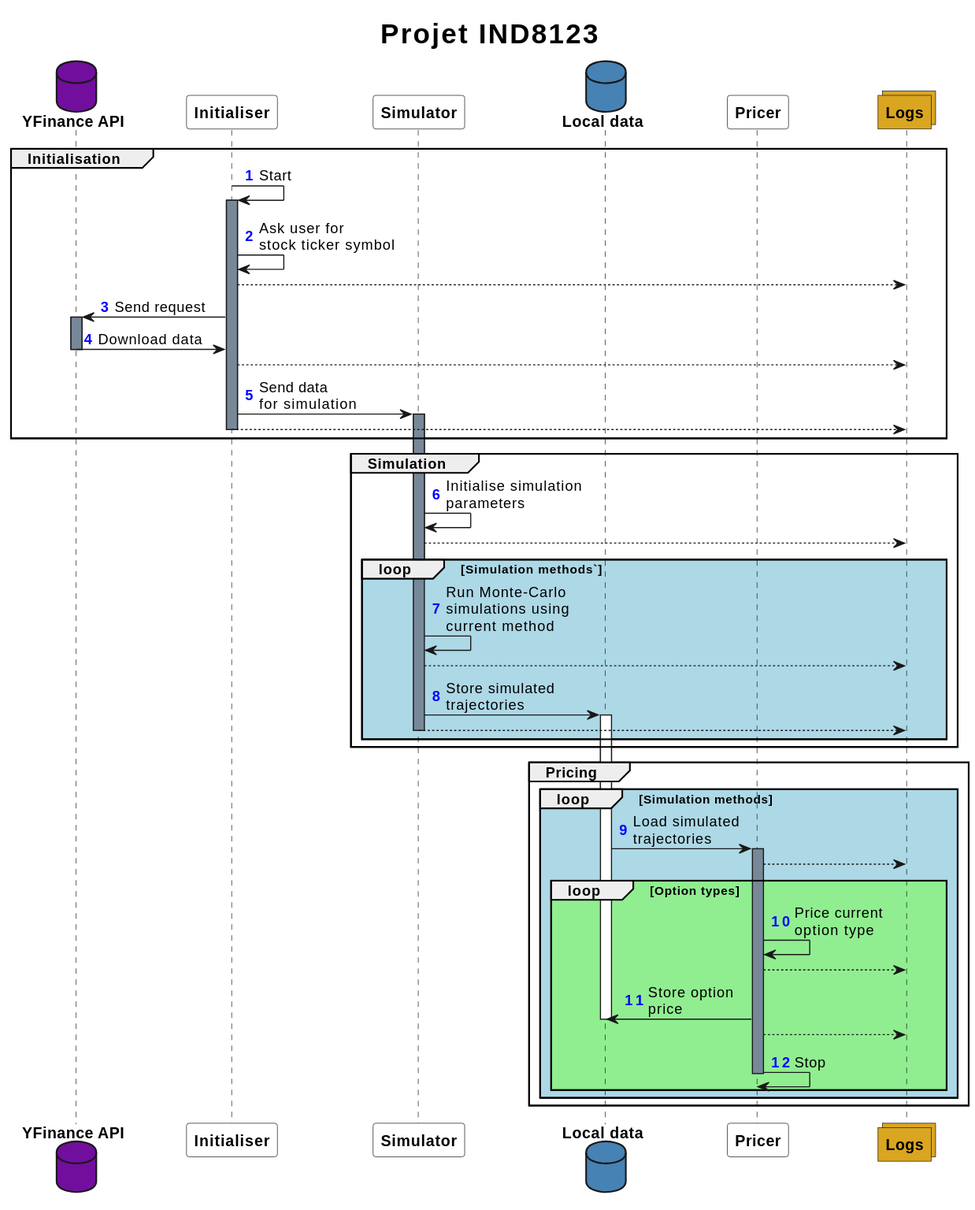
This is docs/sequence.svg from romainmrad/Exotic_options_pricing, a PlantUML export, as it was before one commit.
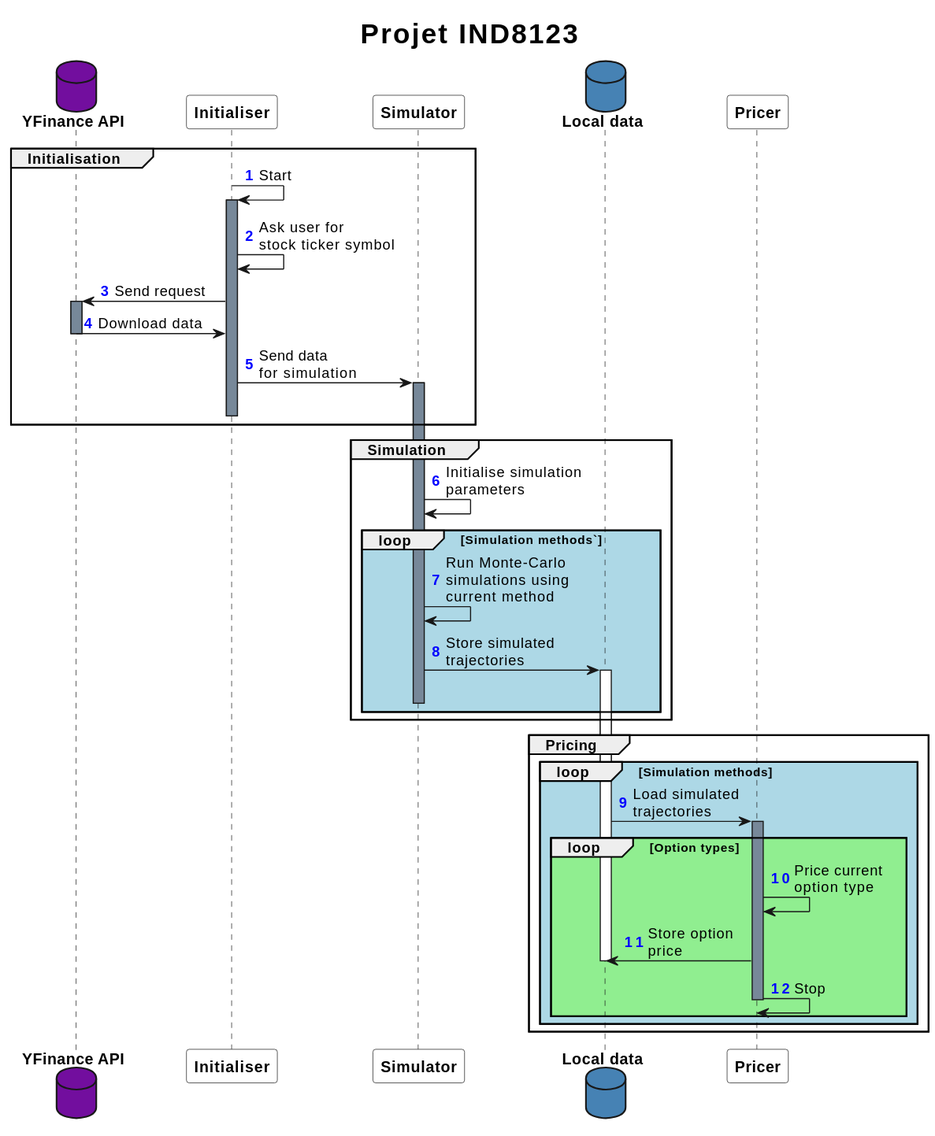
After the commit.

Commit message:
Modifiying sequence diagram

Diff of the diagram source:
```diff
@@ -15,47 +15,27 @@
 participant Simulator #White
 database "Local data" #SteelBlue
 participant Pricer #White
-collections Logs #GoldenRod
-
 
 group Initialisation
 Initialiser -> Initialiser: Start
 activate Initialiser #LightSlateGrey
 Initialiser -> Initialiser: Ask user for \nstock ticker symbol
-autonumber stop
-Initialiser --> Logs
-autonumber resume
 Initialiser -> "YFinance API": Send request
 activate "YFinance API" #LightSlateGrey
 "YFinance API"-> Initialiser: Download data
 deactivate "YFinance API"
-autonumber stop
-Initialiser --> Logs
-autonumber resume
 Initialiser -> Simulator: Send data\nfor simulation
 activate Simulator #LightSlateGrey
-autonumber stop
-Initialiser --> Logs
-autonumber resume
 deactivate Initialiser
 deactivate "YFinance API"
 end
 
 group Simulation
 Simulator->Simulator: Initialise simulation\nparameters
-autonumber stop
-Simulator-->Logs
-autonumber resume
 loop #LightBlue Simulation methods`
 Simulator->Simulator: Run Monte-Carlo\nsimulations using\ncurrent method
-autonumber stop
-Simulator-->Logs
-autonumber resume
 Simulator->"Local data": Store simulated\ntrajectories
 activate "Local data"
-autonumber stop
-Simulator-->Logs
-autonumber resume
 deactivate Simulator
 end
 end
@@ -65,19 +45,10 @@
 loop #LightBlue Simulation methods
 "Local data"->Pricer: Load simulated\ntrajectories
 activate Pricer #LightSlateGrey
-autonumber stop
-Pricer-->Logs
-autonumber resume
 loop #LightGreen Option types
 Pricer->Pricer: Price current\noption type
-autonumber stop
-Pricer-->Logs
-autonumber resume
 Pricer->"Local data": Store option\nprice
 deactivate "Local data"
-autonumber stop
-Pricer-->Logs
-autonumber resume
 Pricer->Pricer: Stop
 deactivate Pricer
 end
```
